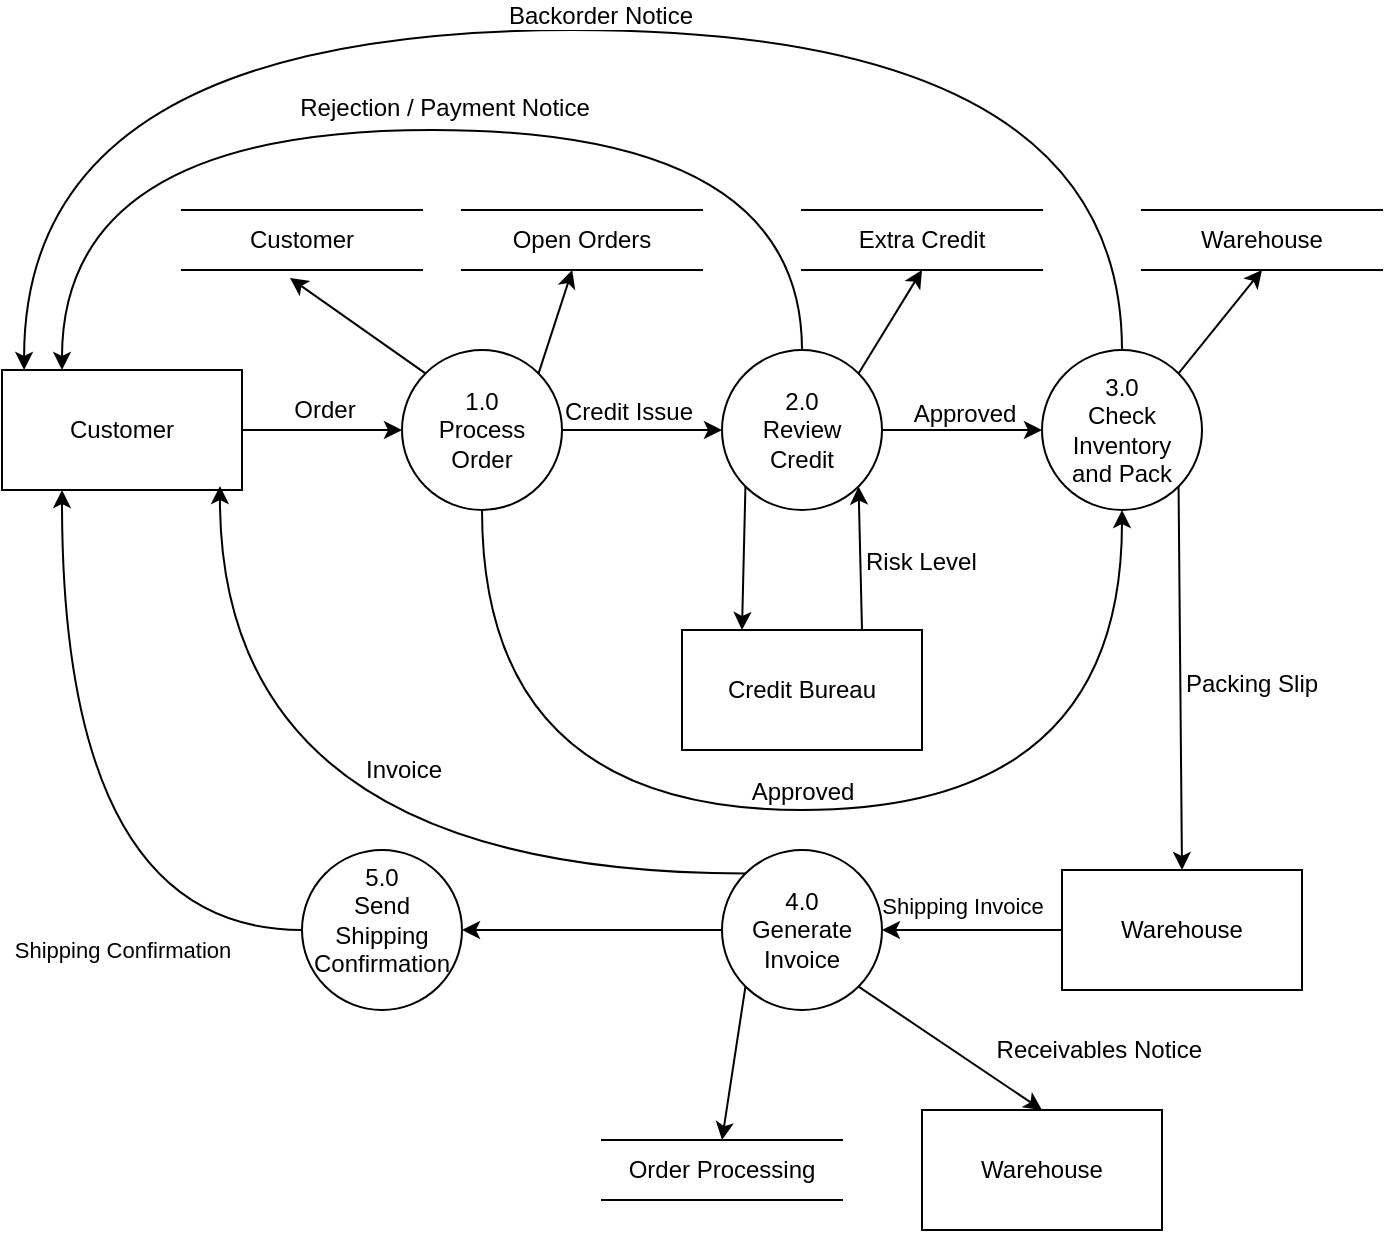
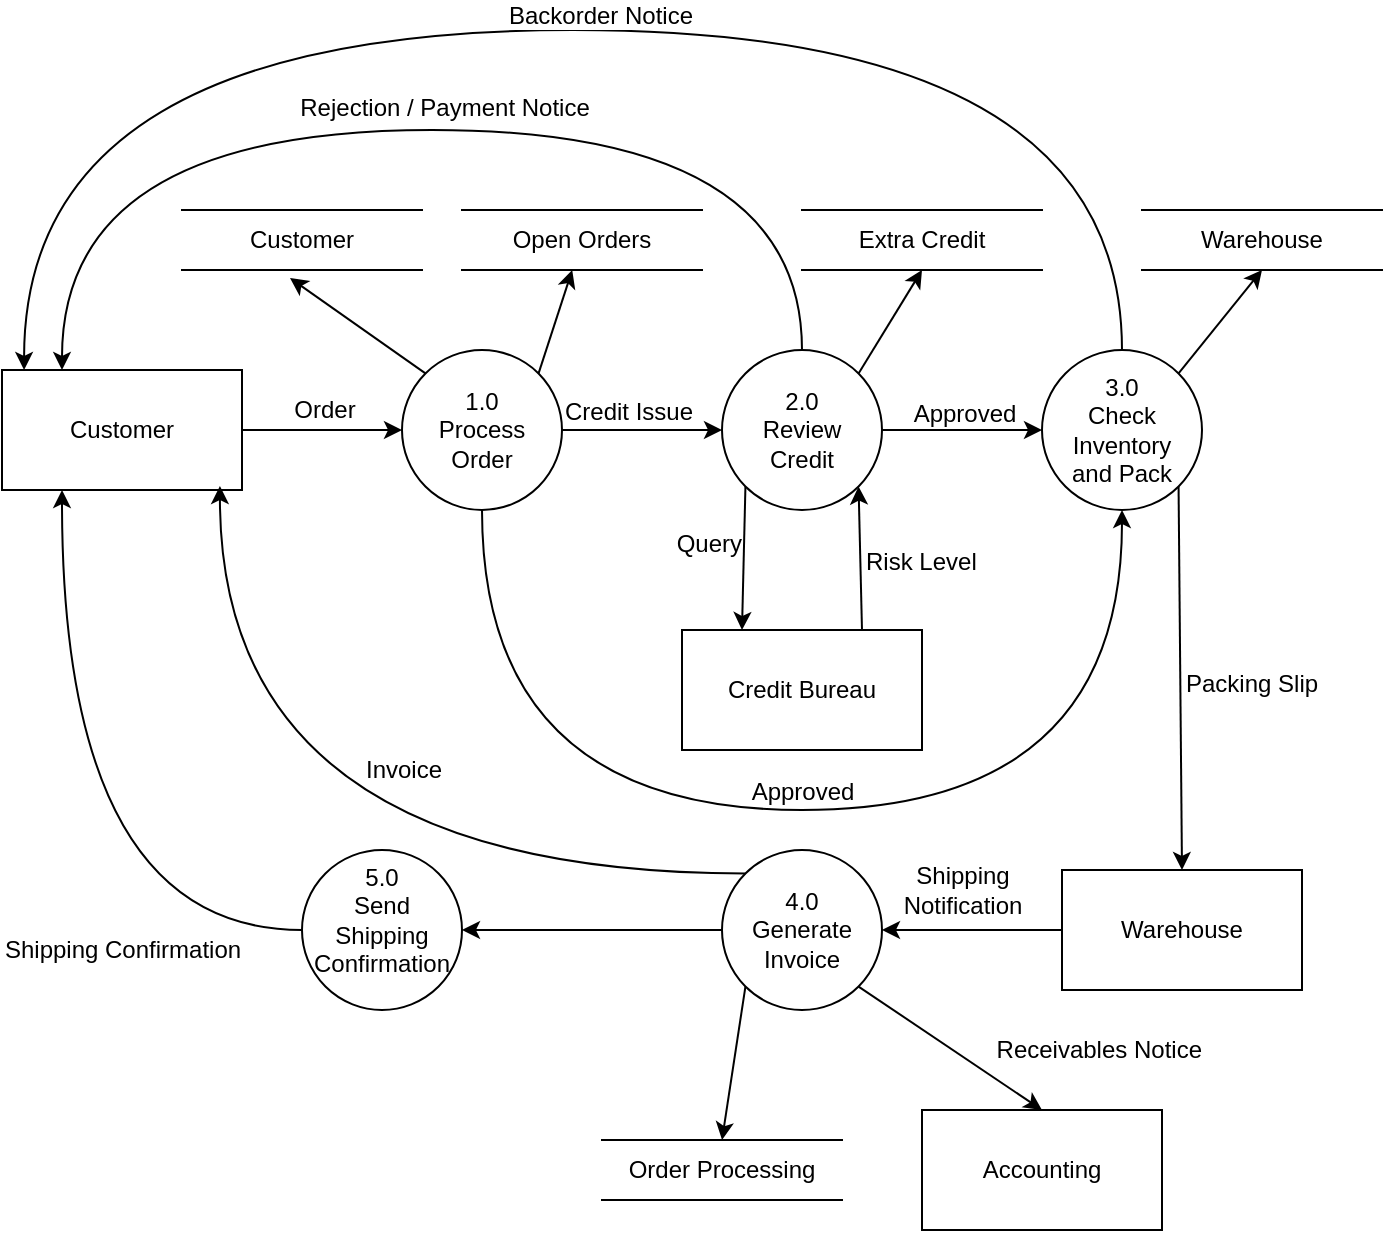
<mxfile host="app.diagrams.net" agent="Mozilla/5.0 (Macintosh; Intel Mac OS X 10_15_7) AppleWebKit/605.1.15 (KHTML, like Gecko) Version/18.5 Safari/605.1.15">
  <diagram name="Sivu-1" id="YWAFZ0CTFEz7q2giM9Zv">
    <mxGraphModel dx="934" dy="629" grid="1" gridSize="10" guides="1" tooltips="1" connect="1" arrows="1" fold="1" page="1" pageScale="1" pageWidth="827" pageHeight="1169" math="0" shadow="0">
      <root>
        <mxCell id="0" />
        <mxCell id="1" parent="0" />
        <mxCell id="o6f3mw0QpFmuyIw5XCpY-5" edge="1" parent="1" source="o6f3mw0QpFmuyIw5XCpY-2" style="edgeStyle=orthogonalEdgeStyle;rounded=0;orthogonalLoop=1;jettySize=auto;html=1;exitX=1;exitY=0.5;exitDx=0;exitDy=0;entryX=0;entryY=0.5;entryDx=0;entryDy=0;" target="o6f3mw0QpFmuyIw5XCpY-4">
          <mxGeometry relative="1" as="geometry" />
        </mxCell>
        <mxCell id="o6f3mw0QpFmuyIw5XCpY-6" connectable="0" parent="o6f3mw0QpFmuyIw5XCpY-5" style="edgeLabel;html=1;align=center;verticalAlign=bottom;resizable=0;points=[];labelPosition=center;verticalLabelPosition=top;" value="&lt;font style=&quot;font-size: 12px;&quot;&gt;Order&lt;/font&gt;" vertex="1">
          <mxGeometry relative="1" x="0.0222" y="2" as="geometry">
            <mxPoint as="offset" />
          </mxGeometry>
        </mxCell>
        <mxCell id="o6f3mw0QpFmuyIw5XCpY-2" parent="1" style="rounded=0;whiteSpace=wrap;html=1;" value="Customer" vertex="1">
          <mxGeometry height="60" width="120" x="40" y="250" as="geometry" />
        </mxCell>
        <mxCell id="o6f3mw0QpFmuyIw5XCpY-8" edge="1" parent="1" source="o6f3mw0QpFmuyIw5XCpY-4" style="edgeStyle=orthogonalEdgeStyle;rounded=0;orthogonalLoop=1;jettySize=auto;html=1;entryX=0;entryY=0.5;entryDx=0;entryDy=0;" target="o6f3mw0QpFmuyIw5XCpY-7">
          <mxGeometry relative="1" as="geometry" />
        </mxCell>
        <mxCell id="o6f3mw0QpFmuyIw5XCpY-9" connectable="0" parent="o6f3mw0QpFmuyIw5XCpY-8" style="edgeLabel;html=1;align=center;verticalAlign=bottom;resizable=0;points=[];labelPosition=center;verticalLabelPosition=top;" value="&lt;font style=&quot;font-size: 12px;&quot;&gt;Credit Issue&lt;/font&gt;" vertex="1">
          <mxGeometry relative="1" x="-0.175" y="1" as="geometry">
            <mxPoint as="offset" />
          </mxGeometry>
        </mxCell>
        <mxCell id="o6f3mw0QpFmuyIw5XCpY-20" edge="1" parent="1" source="o6f3mw0QpFmuyIw5XCpY-4" style="rounded=0;orthogonalLoop=1;jettySize=auto;html=1;exitX=1;exitY=0;exitDx=0;exitDy=0;" target="o6f3mw0QpFmuyIw5XCpY-18">
          <mxGeometry relative="1" as="geometry" />
        </mxCell>
        <mxCell id="o6f3mw0QpFmuyIw5XCpY-36" edge="1" parent="1" source="o6f3mw0QpFmuyIw5XCpY-4" style="edgeStyle=orthogonalEdgeStyle;rounded=0;orthogonalLoop=1;jettySize=auto;html=1;exitX=0.5;exitY=1;exitDx=0;exitDy=0;entryX=0.5;entryY=1;entryDx=0;entryDy=0;curved=1;labelPosition=center;verticalLabelPosition=top;align=center;verticalAlign=bottom;" target="o6f3mw0QpFmuyIw5XCpY-21" value="&lt;font style=&quot;font-size: 12px;&quot;&gt;Approved&lt;/font&gt;">
          <mxGeometry relative="1" as="geometry">
            <Array as="points">
              <mxPoint x="280" y="470" />
              <mxPoint x="600" y="470" />
            </Array>
          </mxGeometry>
        </mxCell>
        <mxCell id="o6f3mw0QpFmuyIw5XCpY-4" parent="1" style="ellipse;whiteSpace=wrap;html=1;aspect=fixed;" value="&lt;div&gt;1.0&lt;/div&gt;Process&lt;div&gt;Order&lt;/div&gt;" vertex="1">
          <mxGeometry height="80" width="80" x="240" y="240" as="geometry" />
        </mxCell>
        <mxCell id="o6f3mw0QpFmuyIw5XCpY-22" edge="1" parent="1" source="o6f3mw0QpFmuyIw5XCpY-7" style="edgeStyle=orthogonalEdgeStyle;rounded=0;orthogonalLoop=1;jettySize=auto;html=1;entryX=0;entryY=0.5;entryDx=0;entryDy=0;" target="o6f3mw0QpFmuyIw5XCpY-21">
          <mxGeometry relative="1" as="geometry" />
        </mxCell>
        <mxCell id="o6f3mw0QpFmuyIw5XCpY-23" connectable="0" parent="o6f3mw0QpFmuyIw5XCpY-22" style="edgeLabel;html=1;align=center;verticalAlign=bottom;resizable=0;points=[];labelPosition=center;verticalLabelPosition=top;" value="&lt;font style=&quot;font-size: 12px;&quot;&gt;Approved&lt;/font&gt;" vertex="1">
          <mxGeometry relative="1" x="0.025" as="geometry">
            <mxPoint as="offset" />
          </mxGeometry>
        </mxCell>
        <mxCell id="o6f3mw0QpFmuyIw5XCpY-24" edge="1" parent="1" source="o6f3mw0QpFmuyIw5XCpY-7" style="edgeStyle=orthogonalEdgeStyle;rounded=0;orthogonalLoop=1;jettySize=auto;html=1;exitX=0.5;exitY=0;exitDx=0;exitDy=0;entryX=0.25;entryY=0;entryDx=0;entryDy=0;curved=1;" target="o6f3mw0QpFmuyIw5XCpY-2">
          <mxGeometry relative="1" as="geometry">
            <Array as="points">
              <mxPoint x="440" y="130" />
              <mxPoint x="70" y="130" />
            </Array>
          </mxGeometry>
        </mxCell>
        <mxCell id="o6f3mw0QpFmuyIw5XCpY-25" connectable="0" parent="o6f3mw0QpFmuyIw5XCpY-24" style="edgeLabel;html=1;align=center;verticalAlign=bottom;resizable=0;points=[];labelPosition=center;verticalLabelPosition=top;" value="&lt;font style=&quot;font-size: 12px;&quot;&gt;Rejection / Payment Notice&lt;/font&gt;" vertex="1">
          <mxGeometry relative="1" x="-0.0367" y="-3" as="geometry">
            <mxPoint as="offset" />
          </mxGeometry>
        </mxCell>
        <mxCell id="o6f3mw0QpFmuyIw5XCpY-26" edge="1" parent="1" source="o6f3mw0QpFmuyIw5XCpY-7" style="rounded=0;orthogonalLoop=1;jettySize=auto;html=1;exitX=1;exitY=0;exitDx=0;exitDy=0;">
          <mxGeometry relative="1" as="geometry">
            <mxPoint x="500" y="200" as="targetPoint" />
          </mxGeometry>
        </mxCell>
        <mxCell id="o6f3mw0QpFmuyIw5XCpY-33" edge="1" parent="1" source="o6f3mw0QpFmuyIw5XCpY-7" style="rounded=0;orthogonalLoop=1;jettySize=auto;html=1;exitX=0;exitY=1;exitDx=0;exitDy=0;entryX=0.25;entryY=0;entryDx=0;entryDy=0;" target="o6f3mw0QpFmuyIw5XCpY-31">
          <mxGeometry relative="1" as="geometry" />
        </mxCell>
+         <mxCell id="a4zgSL7O-FJ67KBpmrGw-1" connectable="0" parent="o6f3mw0QpFmuyIw5XCpY-33" style="edgeLabel;html=1;align=right;verticalAlign=middle;resizable=0;points=[];labelPosition=left;verticalLabelPosition=middle;" value="&lt;font style=&quot;font-size: 12px;&quot;&gt;Query&lt;/font&gt;" vertex="1">
+           <mxGeometry relative="1" x="-0.1985" y="-1" as="geometry">
+             <mxPoint as="offset" />
+           </mxGeometry>
+         </mxCell>
        <mxCell id="o6f3mw0QpFmuyIw5XCpY-7" parent="1" style="ellipse;whiteSpace=wrap;html=1;aspect=fixed;" value="&lt;div&gt;2.0&lt;/div&gt;Review&lt;div&gt;Credit&lt;/div&gt;" vertex="1">
          <mxGeometry height="80" width="80" x="400" y="240" as="geometry" />
        </mxCell>
        <mxCell id="o6f3mw0QpFmuyIw5XCpY-10" parent="1" style="shape=partialRectangle;whiteSpace=wrap;html=1;left=0;right=0;fillColor=none;" value="Customer" vertex="1">
          <mxGeometry height="30" width="120" x="130" y="170" as="geometry" />
        </mxCell>
        <mxCell id="o6f3mw0QpFmuyIw5XCpY-18" parent="1" style="shape=partialRectangle;whiteSpace=wrap;html=1;left=0;right=0;fillColor=none;" value="Open Orders" vertex="1">
          <mxGeometry height="30" width="120" x="270" y="170" as="geometry" />
        </mxCell>
        <mxCell id="o6f3mw0QpFmuyIw5XCpY-19" edge="1" parent="1" source="o6f3mw0QpFmuyIw5XCpY-4" style="rounded=0;orthogonalLoop=1;jettySize=auto;html=1;exitX=0;exitY=0;exitDx=0;exitDy=0;entryX=0.45;entryY=1.133;entryDx=0;entryDy=0;entryPerimeter=0;" target="o6f3mw0QpFmuyIw5XCpY-10">
          <mxGeometry relative="1" as="geometry" />
        </mxCell>
        <mxCell id="o6f3mw0QpFmuyIw5XCpY-38" edge="1" parent="1" source="o6f3mw0QpFmuyIw5XCpY-21" style="rounded=0;orthogonalLoop=1;jettySize=auto;html=1;exitX=1;exitY=1;exitDx=0;exitDy=0;entryX=0.5;entryY=0;entryDx=0;entryDy=0;" target="o6f3mw0QpFmuyIw5XCpY-43">
          <mxGeometry relative="1" as="geometry">
            <mxPoint x="628" y="500" as="targetPoint" />
          </mxGeometry>
        </mxCell>
        <mxCell id="o6f3mw0QpFmuyIw5XCpY-42" connectable="0" parent="o6f3mw0QpFmuyIw5XCpY-38" style="edgeLabel;html=1;align=left;verticalAlign=middle;resizable=0;points=[];labelPosition=right;verticalLabelPosition=middle;" value="&lt;font style=&quot;font-size: 12px;&quot;&gt;Packing Slip&lt;/font&gt;" vertex="1">
          <mxGeometry relative="1" x="-0.0311" y="1" as="geometry">
            <mxPoint y="5" as="offset" />
          </mxGeometry>
        </mxCell>
        <mxCell id="o6f3mw0QpFmuyIw5XCpY-41" edge="1" parent="1" source="o6f3mw0QpFmuyIw5XCpY-21" style="rounded=0;orthogonalLoop=1;jettySize=auto;html=1;exitX=1;exitY=0;exitDx=0;exitDy=0;entryX=0.5;entryY=1;entryDx=0;entryDy=0;" target="o6f3mw0QpFmuyIw5XCpY-40">
          <mxGeometry relative="1" as="geometry" />
        </mxCell>
        <mxCell id="o6f3mw0QpFmuyIw5XCpY-21" parent="1" style="ellipse;whiteSpace=wrap;html=1;aspect=fixed;" value="3.0&lt;div&gt;Check Inventory&lt;/div&gt;&lt;div&gt;and Pack&lt;/div&gt;" vertex="1">
          <mxGeometry height="80" width="80" x="560" y="240" as="geometry" />
        </mxCell>
        <mxCell id="o6f3mw0QpFmuyIw5XCpY-27" parent="1" style="shape=partialRectangle;whiteSpace=wrap;html=1;left=0;right=0;fillColor=none;" value="Extra Credit" vertex="1">
          <mxGeometry height="30" width="120" x="440" y="170" as="geometry" />
        </mxCell>
        <mxCell id="o6f3mw0QpFmuyIw5XCpY-34" edge="1" parent="1" source="o6f3mw0QpFmuyIw5XCpY-31" style="rounded=0;orthogonalLoop=1;jettySize=auto;html=1;exitX=0.75;exitY=0;exitDx=0;exitDy=0;entryX=1;entryY=1;entryDx=0;entryDy=0;" target="o6f3mw0QpFmuyIw5XCpY-7">
          <mxGeometry relative="1" as="geometry" />
        </mxCell>
        <mxCell id="o6f3mw0QpFmuyIw5XCpY-35" connectable="0" parent="o6f3mw0QpFmuyIw5XCpY-34" style="edgeLabel;html=1;align=left;verticalAlign=middle;resizable=0;points=[];labelPosition=right;verticalLabelPosition=middle;" value="&lt;font style=&quot;font-size: 12px;&quot;&gt;Risk Level&lt;/font&gt;" vertex="1">
          <mxGeometry relative="1" x="-0.0524" y="-1" as="geometry">
            <mxPoint as="offset" />
          </mxGeometry>
        </mxCell>
        <mxCell id="o6f3mw0QpFmuyIw5XCpY-31" parent="1" style="rounded=0;whiteSpace=wrap;html=1;" value="Credit Bureau" vertex="1">
          <mxGeometry height="60" width="120" x="380" y="380" as="geometry" />
        </mxCell>
        <mxCell id="o6f3mw0QpFmuyIw5XCpY-37" edge="1" parent="1" source="o6f3mw0QpFmuyIw5XCpY-21" style="edgeStyle=orthogonalEdgeStyle;rounded=0;orthogonalLoop=1;jettySize=auto;html=1;exitX=0.5;exitY=0;exitDx=0;exitDy=0;entryX=0.092;entryY=0;entryDx=0;entryDy=0;entryPerimeter=0;curved=1;" target="o6f3mw0QpFmuyIw5XCpY-2">
          <mxGeometry relative="1" as="geometry">
            <Array as="points">
              <mxPoint x="600" y="80" />
              <mxPoint x="51" y="80" />
            </Array>
          </mxGeometry>
        </mxCell>
        <mxCell id="o6f3mw0QpFmuyIw5XCpY-47" connectable="0" parent="o6f3mw0QpFmuyIw5XCpY-37" style="edgeLabel;html=1;align=center;verticalAlign=bottom;resizable=0;points=[];labelPosition=center;verticalLabelPosition=top;" value="&lt;font style=&quot;font-size: 12px;&quot;&gt;Backorder Notice&lt;/font&gt;" vertex="1">
          <mxGeometry relative="1" x="-0.0421" y="1" as="geometry">
            <mxPoint as="offset" />
          </mxGeometry>
        </mxCell>
        <mxCell id="o6f3mw0QpFmuyIw5XCpY-40" parent="1" style="shape=partialRectangle;whiteSpace=wrap;html=1;left=0;right=0;fillColor=none;" value="Warehouse" vertex="1">
          <mxGeometry height="30" width="120" x="610" y="170" as="geometry" />
        </mxCell>
        <mxCell id="o6f3mw0QpFmuyIw5XCpY-45" edge="1" parent="1" source="o6f3mw0QpFmuyIw5XCpY-43" style="edgeStyle=orthogonalEdgeStyle;rounded=0;orthogonalLoop=1;jettySize=auto;html=1;exitX=0;exitY=0.5;exitDx=0;exitDy=0;entryX=1;entryY=0.5;entryDx=0;entryDy=0;" target="o6f3mw0QpFmuyIw5XCpY-44">
          <mxGeometry relative="1" as="geometry" />
        </mxCell>
-         <mxCell id="o6f3mw0QpFmuyIw5XCpY-46" connectable="0" parent="o6f3mw0QpFmuyIw5XCpY-45" style="edgeLabel;html=1;align=center;verticalAlign=bottom;resizable=0;points=[];labelPosition=center;verticalLabelPosition=top;" value="Shipping Invoice" vertex="1">
+         <mxCell id="o6f3mw0QpFmuyIw5XCpY-46" connectable="0" parent="o6f3mw0QpFmuyIw5XCpY-45" style="edgeLabel;html=1;align=center;verticalAlign=bottom;resizable=0;points=[];labelPosition=center;verticalLabelPosition=top;" value="&lt;font style=&quot;font-size: 12px;&quot;&gt;Shipping&lt;/font&gt;&lt;div&gt;&lt;font style=&quot;font-size: 12px;&quot;&gt;Notification&lt;/font&gt;&lt;/div&gt;" vertex="1">
          <mxGeometry relative="1" x="0.2222" y="-4" as="geometry">
            <mxPoint x="5" as="offset" />
          </mxGeometry>
        </mxCell>
        <mxCell id="o6f3mw0QpFmuyIw5XCpY-43" parent="1" style="rounded=0;whiteSpace=wrap;html=1;" value="Warehouse" vertex="1">
          <mxGeometry height="60" width="120" x="570" y="500" as="geometry" />
        </mxCell>
        <mxCell id="o6f3mw0QpFmuyIw5XCpY-48" edge="1" parent="1" source="o6f3mw0QpFmuyIw5XCpY-44" style="rounded=0;orthogonalLoop=1;jettySize=auto;html=1;exitX=1;exitY=1;exitDx=0;exitDy=0;entryX=0.5;entryY=0;entryDx=0;entryDy=0;" target="o6f3mw0QpFmuyIw5XCpY-49">
          <mxGeometry relative="1" as="geometry">
            <mxPoint x="520" y="600" as="targetPoint" />
          </mxGeometry>
        </mxCell>
        <mxCell id="o6f3mw0QpFmuyIw5XCpY-50" connectable="0" parent="o6f3mw0QpFmuyIw5XCpY-48" style="edgeLabel;html=1;align=right;verticalAlign=middle;resizable=0;points=[];labelPosition=left;verticalLabelPosition=middle;" value="&lt;font style=&quot;font-size: 12px;&quot;&gt;Receivables Notice&lt;/font&gt;" vertex="1">
          <mxGeometry relative="1" x="-0.0535" y="-3" as="geometry">
            <mxPoint x="130" as="offset" />
          </mxGeometry>
        </mxCell>
        <mxCell id="o6f3mw0QpFmuyIw5XCpY-51" edge="1" parent="1" source="o6f3mw0QpFmuyIw5XCpY-44" style="rounded=0;orthogonalLoop=1;jettySize=auto;html=1;exitX=0;exitY=1;exitDx=0;exitDy=0;entryX=0.5;entryY=0;entryDx=0;entryDy=0;" target="o6f3mw0QpFmuyIw5XCpY-52">
          <mxGeometry relative="1" as="geometry">
            <mxPoint x="400" y="620" as="targetPoint" />
          </mxGeometry>
        </mxCell>
        <mxCell id="o6f3mw0QpFmuyIw5XCpY-58" edge="1" parent="1" source="o6f3mw0QpFmuyIw5XCpY-44" style="edgeStyle=orthogonalEdgeStyle;rounded=0;orthogonalLoop=1;jettySize=auto;html=1;" target="o6f3mw0QpFmuyIw5XCpY-57">
          <mxGeometry relative="1" as="geometry" />
        </mxCell>
        <mxCell id="o6f3mw0QpFmuyIw5XCpY-44" parent="1" style="ellipse;whiteSpace=wrap;html=1;aspect=fixed;" value="&lt;div&gt;4.0&lt;/div&gt;Generate&lt;br&gt;&lt;div&gt;Invoice&lt;/div&gt;" vertex="1">
          <mxGeometry height="80" width="80" x="400" y="490" as="geometry" />
        </mxCell>
-         <mxCell id="o6f3mw0QpFmuyIw5XCpY-49" parent="1" style="rounded=0;whiteSpace=wrap;html=1;" value="Warehouse" vertex="1">
+         <mxCell id="o6f3mw0QpFmuyIw5XCpY-49" parent="1" style="rounded=0;whiteSpace=wrap;html=1;" value="Accounting" vertex="1">
          <mxGeometry height="60" width="120" x="500" y="620" as="geometry" />
        </mxCell>
        <mxCell id="o6f3mw0QpFmuyIw5XCpY-52" parent="1" style="shape=partialRectangle;whiteSpace=wrap;html=1;left=0;right=0;fillColor=none;" value="Order Processing" vertex="1">
          <mxGeometry height="30" width="120" x="340" y="635" as="geometry" />
        </mxCell>
        <mxCell id="o6f3mw0QpFmuyIw5XCpY-55" edge="1" parent="1" source="o6f3mw0QpFmuyIw5XCpY-44" style="edgeStyle=orthogonalEdgeStyle;rounded=0;orthogonalLoop=1;jettySize=auto;html=1;exitX=0;exitY=0;exitDx=0;exitDy=0;entryX=0.908;entryY=0.967;entryDx=0;entryDy=0;entryPerimeter=0;curved=1;" target="o6f3mw0QpFmuyIw5XCpY-2">
          <mxGeometry relative="1" as="geometry" />
        </mxCell>
        <mxCell id="o6f3mw0QpFmuyIw5XCpY-56" connectable="0" parent="o6f3mw0QpFmuyIw5XCpY-55" style="edgeLabel;html=1;align=left;verticalAlign=middle;resizable=0;points=[];labelPosition=right;verticalLabelPosition=middle;" value="&lt;font style=&quot;font-size: 12px;&quot;&gt;Invoice&lt;/font&gt;" vertex="1">
          <mxGeometry relative="1" x="-0.1599" y="-44" as="geometry">
            <mxPoint y="-8" as="offset" />
          </mxGeometry>
        </mxCell>
        <mxCell id="o6f3mw0QpFmuyIw5XCpY-59" edge="1" parent="1" source="o6f3mw0QpFmuyIw5XCpY-57" style="edgeStyle=orthogonalEdgeStyle;rounded=0;orthogonalLoop=1;jettySize=auto;html=1;entryX=0.25;entryY=1;entryDx=0;entryDy=0;curved=1;" target="o6f3mw0QpFmuyIw5XCpY-2">
          <mxGeometry relative="1" as="geometry" />
        </mxCell>
-         <mxCell id="o6f3mw0QpFmuyIw5XCpY-60" connectable="0" parent="o6f3mw0QpFmuyIw5XCpY-59" style="edgeLabel;html=1;align=center;verticalAlign=middle;resizable=0;points=[];" value="Shipping Confirmation" vertex="1">
+         <mxCell id="o6f3mw0QpFmuyIw5XCpY-60" connectable="0" parent="o6f3mw0QpFmuyIw5XCpY-59" style="edgeLabel;html=1;align=center;verticalAlign=middle;resizable=0;points=[];" value="&lt;font style=&quot;font-size: 12px;&quot;&gt;Shipping Confirmation&lt;/font&gt;" vertex="1">
          <mxGeometry relative="1" x="0.0706" y="-23" as="geometry">
            <mxPoint x="7" y="72" as="offset" />
          </mxGeometry>
        </mxCell>
        <mxCell id="o6f3mw0QpFmuyIw5XCpY-57" parent="1" style="ellipse;whiteSpace=wrap;html=1;aspect=fixed;verticalAlign=top;" value="5.0&lt;div&gt;Send Shipping&lt;/div&gt;&lt;div&gt;Confirmation&lt;/div&gt;" vertex="1">
          <mxGeometry height="80" width="80" x="190" y="490" as="geometry" />
        </mxCell>
      </root>
    </mxGraphModel>
  </diagram>
</mxfile>
